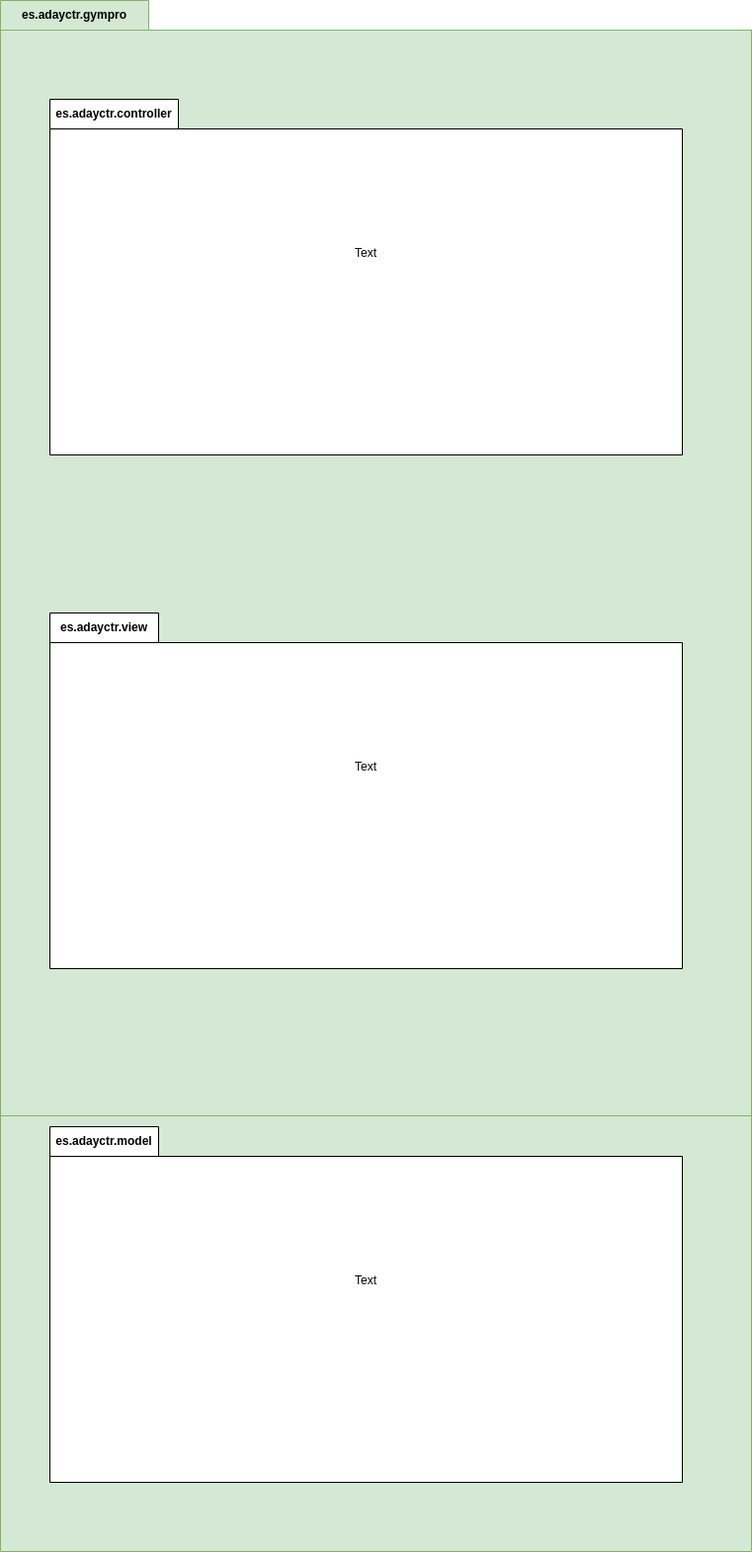
The draw.io diagram diagrama-paquetes.png in aday-ctr/GymPro, before a commit. Source tidied: cells renumbered, new cells last; positions are measured from the earlier drawing's top-left corner, leaving out a move shared by most shapes. Its diagram source:
```xml
<mxGraphModel>
  <root>
    <mxCell id="0" />
    <mxCell id="1" parent="0" />
    <mxCell id="2" value="es.adayctr.gympro" style="shape=folder;fontStyle=1;tabWidth=150;tabHeight=30;tabPosition=left;html=1;boundedLbl=1;labelInHeader=1;whiteSpace=wrap;fillColor=#d5e8d4;strokeColor=#82b366;" parent="1" vertex="1">
      <mxGeometry width="760" height="1570" as="geometry" />
    </mxCell>
    <mxCell id="3" style="html=1;strokeColor=#82b366;fillColor=#d5e8d4;whiteSpace=wrap;" parent="2" vertex="1">
      <mxGeometry width="760" height="1099" relative="1" as="geometry">
        <mxPoint y="30" as="offset" />
      </mxGeometry>
    </mxCell>
    <mxCell id="4" value="es.adayctr.controller" style="shape=folder;fontStyle=1;tabWidth=130;tabHeight=30;tabPosition=left;html=1;boundedLbl=1;labelInHeader=1;whiteSpace=wrap;" parent="2" vertex="1">
      <mxGeometry x="50" y="100" width="640" height="360" as="geometry" />
    </mxCell>
    <mxCell id="5" value="Text" style="html=1;strokeColor=none;fillColor=none;whiteSpace=wrap;" parent="4" vertex="1">
      <mxGeometry width="640" height="252" relative="1" as="geometry">
        <mxPoint y="30" as="offset" />
      </mxGeometry>
    </mxCell>
    <mxCell id="6" value="es.adayctr.view" style="shape=folder;fontStyle=1;tabWidth=110;tabHeight=30;tabPosition=left;html=1;boundedLbl=1;labelInHeader=1;whiteSpace=wrap;" parent="2" vertex="1">
      <mxGeometry x="50" y="620" width="640" height="360" as="geometry" />
    </mxCell>
    <mxCell id="7" value="Text" style="html=1;strokeColor=none;fillColor=none;whiteSpace=wrap;" parent="6" vertex="1">
      <mxGeometry width="640" height="252" relative="1" as="geometry">
        <mxPoint y="30" as="offset" />
      </mxGeometry>
    </mxCell>
    <mxCell id="8" value="es.adayctr.model" style="shape=folder;fontStyle=1;tabWidth=110;tabHeight=30;tabPosition=left;html=1;boundedLbl=1;labelInHeader=1;whiteSpace=wrap;" parent="2" vertex="1">
      <mxGeometry x="50" y="1140" width="640" height="360" as="geometry" />
    </mxCell>
    <mxCell id="9" value="Text" style="html=1;strokeColor=none;fillColor=none;whiteSpace=wrap;" parent="8" vertex="1">
      <mxGeometry width="640" height="252" relative="1" as="geometry">
        <mxPoint y="30" as="offset" />
      </mxGeometry>
    </mxCell>
  </root>
</mxGraphModel>
```
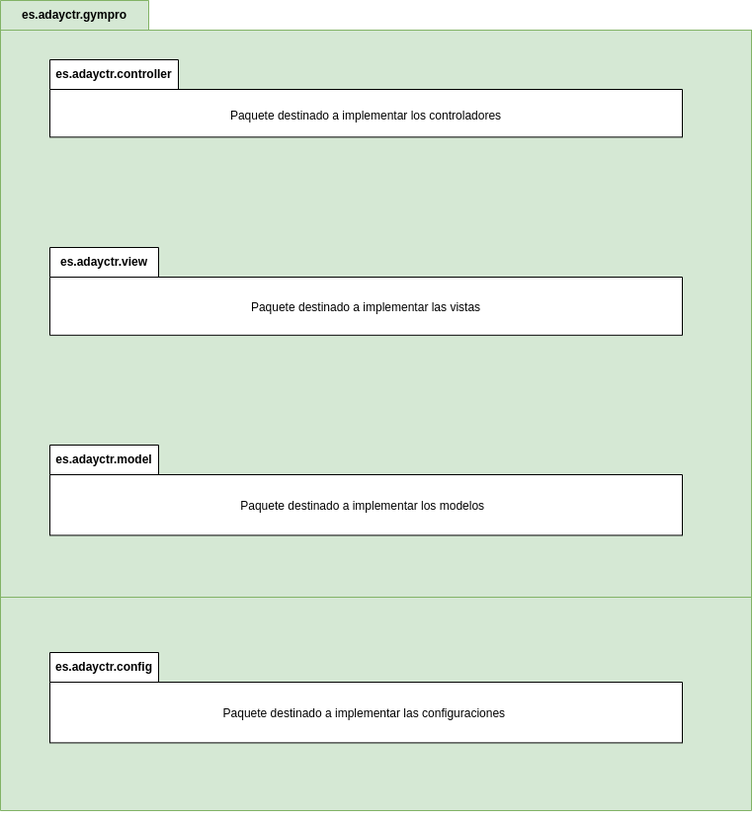
The same file after the commit.

Change to the diagram source:
```diff
@@ -3,36 +3,47 @@
     <mxCell id="0" />
     <mxCell id="1" parent="0" />
     <mxCell id="2" value="es.adayctr.gympro" style="shape=folder;fontStyle=1;tabWidth=150;tabHeight=30;tabPosition=left;html=1;boundedLbl=1;labelInHeader=1;whiteSpace=wrap;fillColor=#d5e8d4;strokeColor=#82b366;" parent="1" vertex="1">
-      <mxGeometry width="760" height="1570" as="geometry" />
+      <mxGeometry width="760" height="820" as="geometry" />
     </mxCell>
     <mxCell id="3" style="html=1;strokeColor=#82b366;fillColor=#d5e8d4;whiteSpace=wrap;" parent="2" vertex="1">
-      <mxGeometry width="760" height="1099" relative="1" as="geometry">
+      <mxGeometry width="760" height="574" relative="1" as="geometry">
         <mxPoint y="30" as="offset" />
       </mxGeometry>
     </mxCell>
     <mxCell id="4" value="es.adayctr.controller" style="shape=folder;fontStyle=1;tabWidth=130;tabHeight=30;tabPosition=left;html=1;boundedLbl=1;labelInHeader=1;whiteSpace=wrap;" parent="2" vertex="1">
-      <mxGeometry x="50" y="100" width="640" height="360" as="geometry" />
+      <mxGeometry x="50" y="60" width="640" height="78.3" as="geometry" />
     </mxCell>
-    <mxCell id="5" value="Text" style="html=1;strokeColor=none;fillColor=none;whiteSpace=wrap;" parent="4" vertex="1">
-      <mxGeometry width="640" height="252" relative="1" as="geometry">
+    <mxCell id="5" value="Paquete destinado a implementar los controladores" style="html=1;strokeColor=none;fillColor=none;whiteSpace=wrap;" parent="4" vertex="1">
+      <mxGeometry width="640" height="54.84" relative="1" as="geometry">
         <mxPoint y="30" as="offset" />
       </mxGeometry>
     </mxCell>
     <mxCell id="6" value="es.adayctr.view" style="shape=folder;fontStyle=1;tabWidth=110;tabHeight=30;tabPosition=left;html=1;boundedLbl=1;labelInHeader=1;whiteSpace=wrap;" parent="2" vertex="1">
-      <mxGeometry x="50" y="620" width="640" height="360" as="geometry" />
+      <mxGeometry x="50" y="250" width="640" height="88.8" as="geometry" />
     </mxCell>
-    <mxCell id="7" value="Text" style="html=1;strokeColor=none;fillColor=none;whiteSpace=wrap;" parent="6" vertex="1">
-      <mxGeometry width="640" height="252" relative="1" as="geometry">
+    <mxCell id="7" value="Paquete destinado a implementar las vistas" style="html=1;strokeColor=none;fillColor=none;whiteSpace=wrap;" parent="6" vertex="1">
+      <mxGeometry width="640" height="62.15" relative="1" as="geometry">
         <mxPoint y="30" as="offset" />
       </mxGeometry>
     </mxCell>
     <mxCell id="8" value="es.adayctr.model" style="shape=folder;fontStyle=1;tabWidth=110;tabHeight=30;tabPosition=left;html=1;boundedLbl=1;labelInHeader=1;whiteSpace=wrap;" parent="2" vertex="1">
-      <mxGeometry x="50" y="1140" width="640" height="360" as="geometry" />
+      <mxGeometry x="50" y="450" width="640" height="91.4" as="geometry" />
     </mxCell>
-    <mxCell id="9" value="Text" style="html=1;strokeColor=none;fillColor=none;whiteSpace=wrap;" parent="8" vertex="1">
-      <mxGeometry width="640" height="252" relative="1" as="geometry">
+    <mxCell id="9" value="Paquete destinado a implementar los modelos&amp;nbsp;&amp;nbsp;" style="html=1;strokeColor=none;fillColor=none;whiteSpace=wrap;" parent="8" vertex="1">
+      <mxGeometry width="640" height="63.98" relative="1" as="geometry">
         <mxPoint y="30" as="offset" />
       </mxGeometry>
     </mxCell>
+    <mxCell id="10" value="es.adayctr.config" style="shape=folder;fontStyle=1;tabWidth=110;tabHeight=30;tabPosition=left;html=1;boundedLbl=1;labelInHeader=1;whiteSpace=wrap;" parent="2" vertex="1">
+      <mxGeometry x="50" y="660" width="640" height="91.4" as="geometry" />
+    </mxCell>
+    <mxCell id="11" value="Paquete destinado a implementar las configuraciones&amp;nbsp;" style="html=1;strokeColor=none;fillColor=none;whiteSpace=wrap;" parent="10" vertex="1">
+      <mxGeometry width="640" height="63.98" relative="1" as="geometry">
+        <mxPoint y="30" as="offset" />
+      </mxGeometry>
+    </mxCell>
+    <mxCell id="12" style="edgeStyle=orthogonalEdgeStyle;rounded=0;orthogonalLoop=1;jettySize=auto;html=1;exitX=0.5;exitY=1;exitDx=0;exitDy=0;exitPerimeter=0;" parent="1" edge="1" source="2" target="2">
+      <mxGeometry relative="1" as="geometry" />
+    </mxCell>
   </root>
 </mxGraphModel>
```
